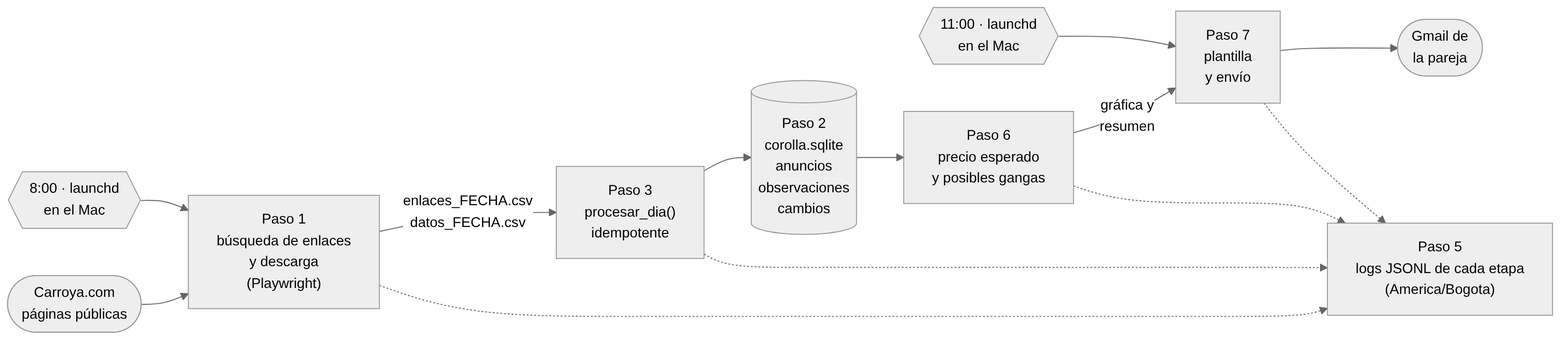
Before: docs/arquitectura.png, a diagram exported from Mermaid (estebanjperdomo-cloud/taller2-corolla). Its source is kept beside it as docs/arquitectura.mmd.
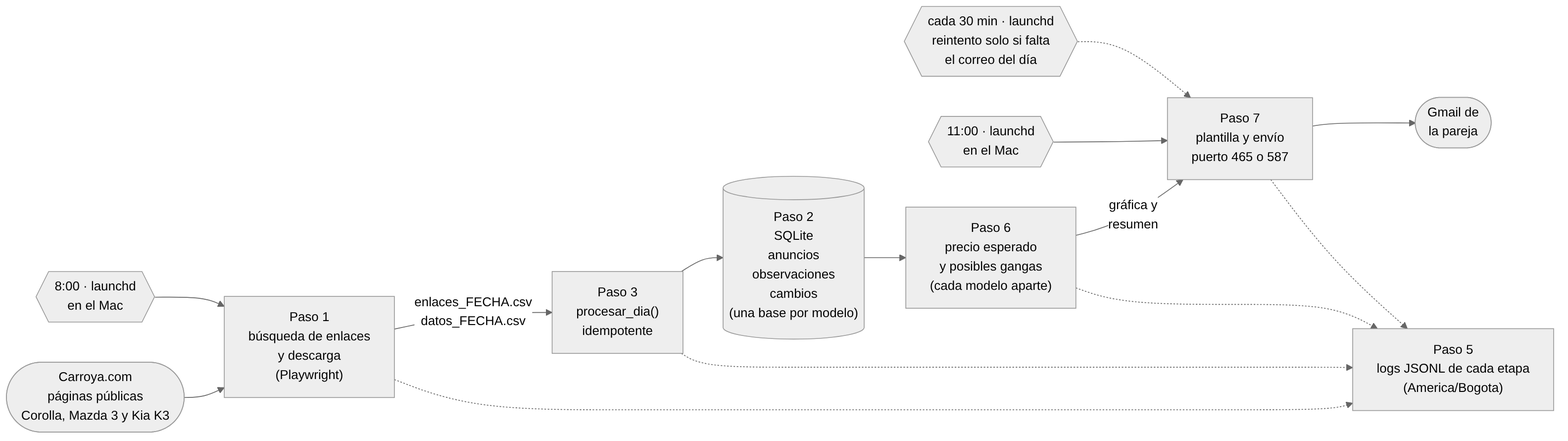
Above is the later version.

Commit message:
Historia del proyecto, razones de cada decisión y versiones

What changed in the source:
```diff
@@ -1,11 +1,12 @@
 flowchart LR
-    C(["Carroya.com<br/>páginas públicas"]) --> P1
+    C(["Carroya.com<br/>páginas públicas<br/>Corolla, Mazda 3 y Kia K3"]) --> P1
     T8{{"8:00 · launchd<br/>en el Mac"}} --> P1["Paso 1<br/>búsqueda de enlaces<br/>y descarga<br/>(Playwright)"]
     P1 -->|"enlaces_FECHA.csv<br/>datos_FECHA.csv"| P3["Paso 3<br/>procesar_dia()<br/>idempotente"]
-    P3 --> BD[("Paso 2<br/>corolla.sqlite<br/>anuncios<br/>observaciones<br/>cambios")]
-    BD --> P6["Paso 6<br/>precio esperado<br/>y posibles gangas"]
-    P6 -->|"gráfica y<br/>resumen"| P7["Paso 7<br/>plantilla<br/>y envío"]
+    P3 --> BD[("Paso 2<br/>SQLite<br/>anuncios<br/>observaciones<br/>cambios<br/>(una base por modelo)")]
+    BD --> P6["Paso 6<br/>precio esperado<br/>y posibles gangas<br/>(cada modelo aparte)"]
+    P6 -->|"gráfica y<br/>resumen"| P7["Paso 7<br/>plantilla y envío<br/>puerto 465 o 587"]
     T11{{"11:00 · launchd<br/>en el Mac"}} --> P7
+    TR{{"cada 30 min · launchd<br/>reintento solo si falta<br/>el correo del día"}} -.-> P7
     P7 --> G(["Gmail de<br/>la pareja"])
     P1 -.-> L["Paso 5<br/>logs JSONL de cada etapa<br/>(America/Bogota)"]
     P3 -.-> L
```
